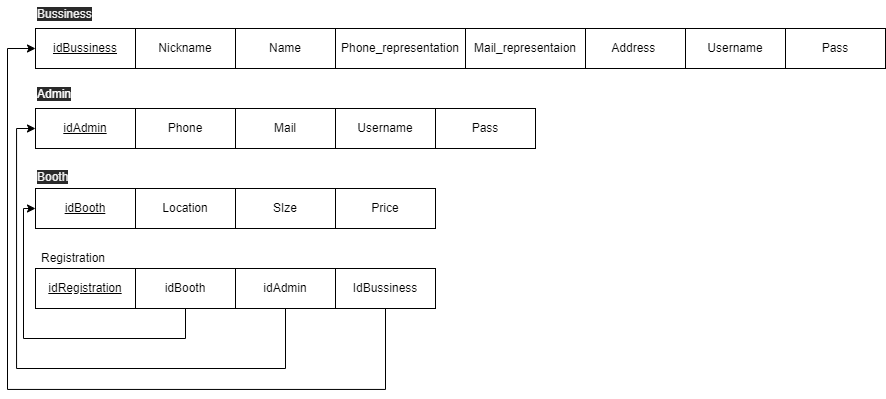
Earlier version of the draw.io export Database/mapping.drawio.png (hao-phamlehoan/CSE-Job-Fair-Registration-Website). Source tidied: cells renumbered, new cells last; positions are measured from the earlier drawing's top-left corner, leaving out a move shared by most shapes.
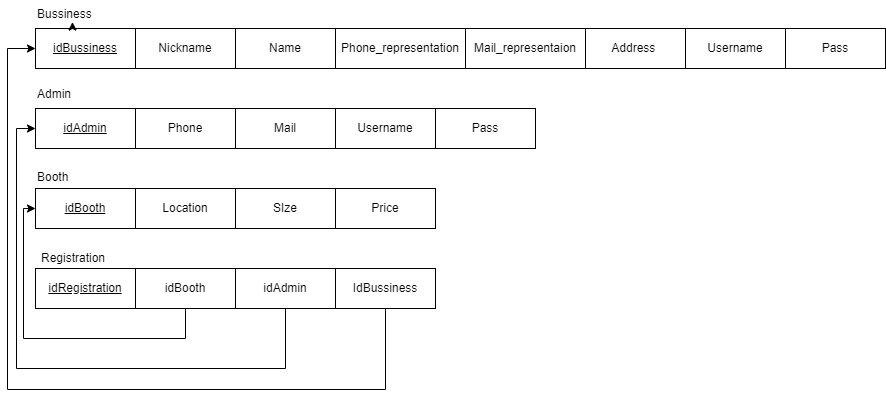
Later version of the same file.

Diff of the diagram source:
```diff
@@ -95,14 +95,17 @@
     <mxCell id="26" value="Registration" style="text;strokeColor=none;fillColor=none;spacingLeft=4;spacingRight=4;overflow=hidden;fontSize=12;" parent="1" vertex="1">
       <mxGeometry x="28" y="244" width="114" height="30" as="geometry" />
     </mxCell>
-    <mxCell id="27" value="&lt;span style=&quot;color: rgb(240, 240, 240); font-family: helvetica; font-size: 12px; font-style: normal; font-weight: 400; letter-spacing: normal; text-align: center; text-indent: 0px; text-transform: none; word-spacing: 0px; background-color: rgb(42, 42, 42); display: inline; float: none;&quot;&gt;Booth&lt;/span&gt;" style="text;whiteSpace=wrap;html=1;" parent="1" vertex="1">
+    <mxCell id="27" value="&lt;span style=&quot;font-family: &amp;#34;helvetica&amp;#34; ; font-size: 12px ; font-style: normal ; font-weight: 400 ; letter-spacing: normal ; text-align: center ; text-indent: 0px ; text-transform: none ; word-spacing: 0px ; display: inline ; float: none ; background-color: rgb(255 , 255 , 255)&quot;&gt;Booth&lt;/span&gt;" style="text;whiteSpace=wrap;html=1;" parent="1" vertex="1">
       <mxGeometry x="28" y="163" width="51" height="28" as="geometry" />
     </mxCell>
-    <mxCell id="28" value="&lt;span style=&quot;color: rgb(255, 255, 255); font-family: helvetica; font-size: 12px; font-style: normal; font-weight: 400; letter-spacing: normal; text-align: center; text-indent: 0px; text-transform: none; word-spacing: 0px; background-color: rgb(42, 42, 42); display: inline; float: none;&quot;&gt;Admin&lt;/span&gt;" style="text;whiteSpace=wrap;html=1;" parent="1" vertex="1">
+    <mxCell id="28" value="&lt;span style=&quot;font-family: &amp;#34;helvetica&amp;#34; ; font-size: 12px ; font-style: normal ; font-weight: 400 ; letter-spacing: normal ; text-align: center ; text-indent: 0px ; text-transform: none ; word-spacing: 0px ; display: inline ; float: none ; background-color: rgb(255 , 255 , 255)&quot;&gt;Admin&lt;/span&gt;" style="text;whiteSpace=wrap;html=1;" parent="1" vertex="1">
       <mxGeometry x="28" y="80" width="54" height="28" as="geometry" />
     </mxCell>
-    <mxCell id="29" value="&lt;span style=&quot;color: rgb(240, 240, 240); font-family: helvetica; font-size: 12px; font-style: normal; font-weight: 400; letter-spacing: normal; text-align: center; text-indent: 0px; text-transform: none; word-spacing: 0px; background-color: rgb(42, 42, 42); display: inline; float: none;&quot;&gt;Bussiness&lt;/span&gt;" style="text;whiteSpace=wrap;html=1;" parent="1" vertex="1">
+    <mxCell id="29" value="&lt;span style=&quot;font-family: &amp;#34;helvetica&amp;#34; ; font-size: 12px ; font-style: normal ; font-weight: 400 ; letter-spacing: normal ; text-align: center ; text-indent: 0px ; text-transform: none ; word-spacing: 0px ; display: inline ; float: none ; background-color: rgb(255 , 255 , 255)&quot;&gt;Bussiness&lt;/span&gt;" style="text;whiteSpace=wrap;html=1;" parent="1" vertex="1">
       <mxGeometry x="28" width="74" height="28" as="geometry" />
     </mxCell>
+    <mxCell id="30" style="edgeStyle=none;html=1;exitX=0.5;exitY=1;exitDx=0;exitDy=0;entryX=0.5;entryY=0.769;entryDx=0;entryDy=0;entryPerimeter=0;fontColor=#000000;" parent="1" edge="1" source="29" target="29">
+      <mxGeometry relative="1" as="geometry" />
+    </mxCell>
   </root>
 </mxGraphModel>
```
